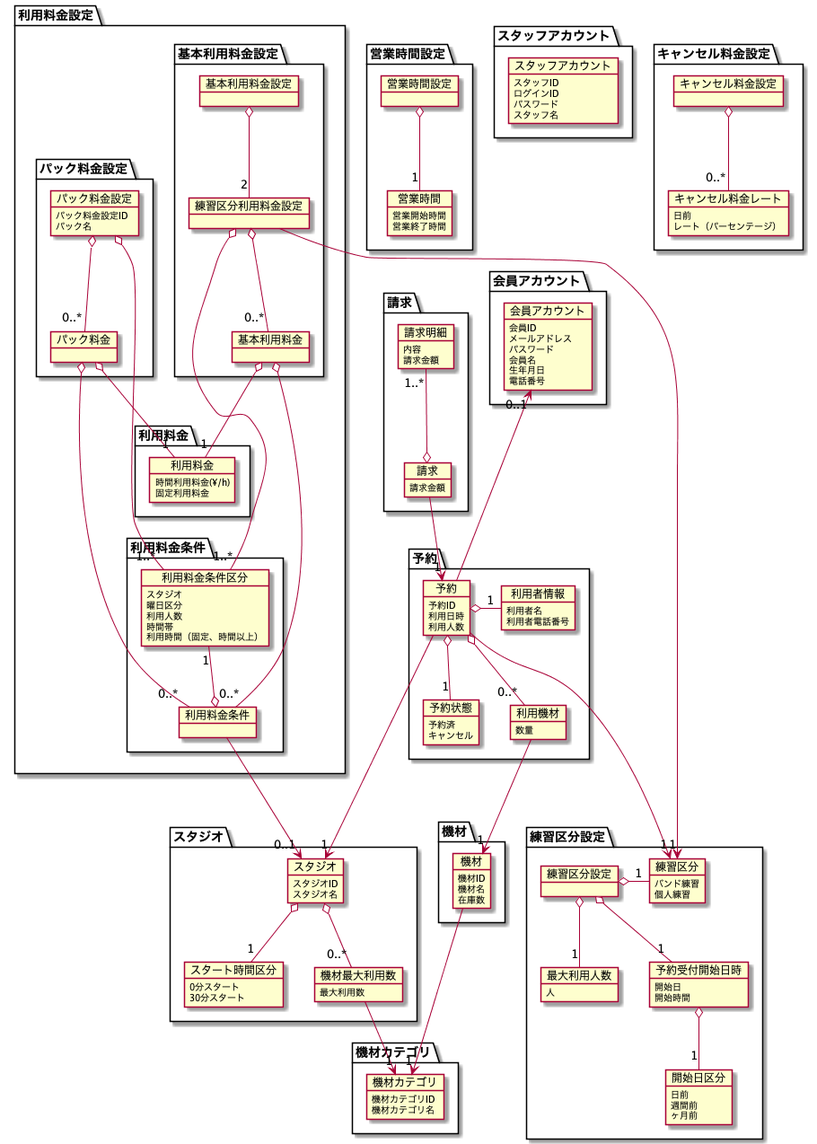
This is modeling/07_DomainModel/DomainModel.png from TakashiOnawa/ddd-practice-studio-reservation, a PlantUML export, as it was before one commit.
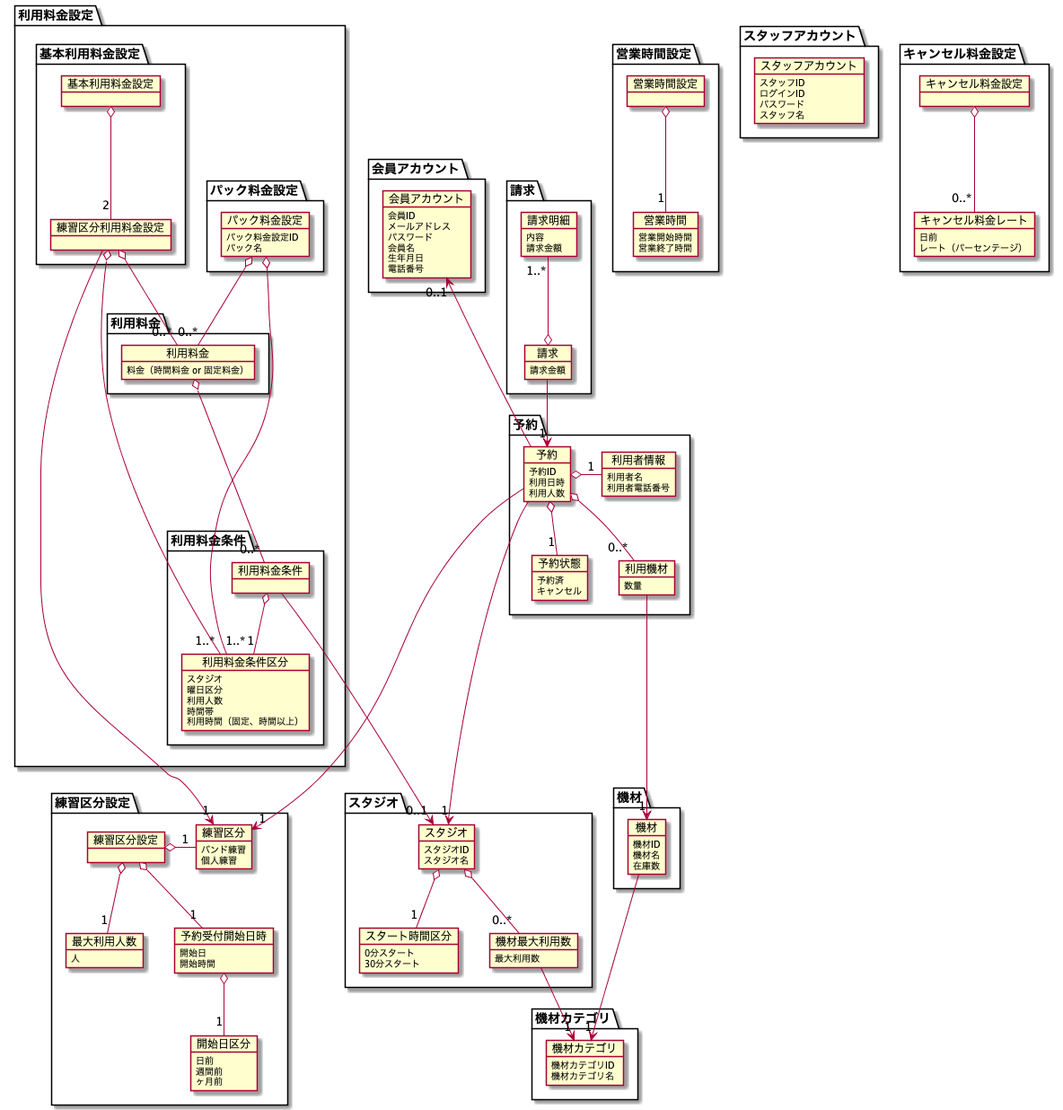
Later version of the same file.

Diff of the diagram source:
```diff
@@ -115,9 +115,6 @@
 
         object 練習区分利用料金設定 {
         }
-
-        object 基本利用料金 {
-        }
     }
 
     package パック料金設定 {
@@ -125,15 +122,11 @@
             パック料金設定ID
             パック名
         }
-
-        object パック料金 {
-        }
     }
 
     package 利用料金 {
         object 利用料金 {
-            時間利用料金(¥/h)
-            固定利用料金
+            料金（時間料金 or 固定料金）
         }
     }
 
@@ -198,19 +191,17 @@
 キャンセル料金設定 o-- "0..*" キャンセル料金レート
 
 基本利用料金設定 o-- "2" 練習区分利用料金設定
-練習区分利用料金設定 o-- "0..*" 基本利用料金
+練習区分利用料金設定 o-- "0..*" 利用料金
 練習区分利用料金設定 --> "1" 練習区分
-練習区分利用料金設定 o--- "1..*" 利用料金条件区分
-基本利用料金 o-- "1" 利用料金
-基本利用料金 o---- "0..*" 利用料金条件
+練習区分利用料金設定 o-- "1..*" 利用料金条件区分
 
-パック料金設定 o-- "0..*" パック料金
-パック料金設定 o--- "1..*" 利用料金条件区分
-パック料金 o-- "1" 利用料金
-パック料金 o---- "0..*" 利用料金条件
+パック料金設定 o-- "0..*" 利用料金
+パック料金設定 o-- "1..*" 利用料金条件区分
 
 利用料金条件 ---> "0..1" スタジオ
-利用料金条件 o-up- "1" 利用料金条件区分
+利用料金条件 o-- "1" 利用料金条件区分
+
+利用料金 o--- "0..*" 利用料金条件
 
 請求 o-up- "1..*" 請求明細
 請求 --> "1" 予約
```
